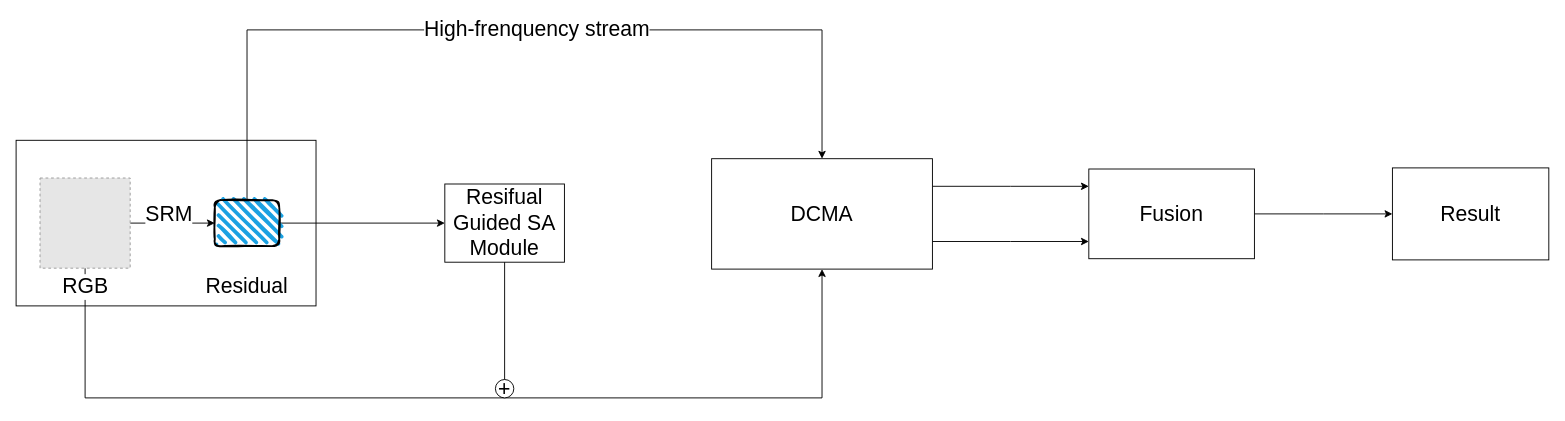
Above: forgery.drawio in epc314/hello-world (draw.io), before the change. Source tidied: cells renumbered, new cells numbered last; positions are measured from the earlier drawing's top-left corner, leaving out a move shared by most shapes. Both pictures are drawn from the tidied source at 92%, with x=0, y=0 at pixel (16, 29). Pictures stored in the file or linked from it are replaced by grey dashed boxes.
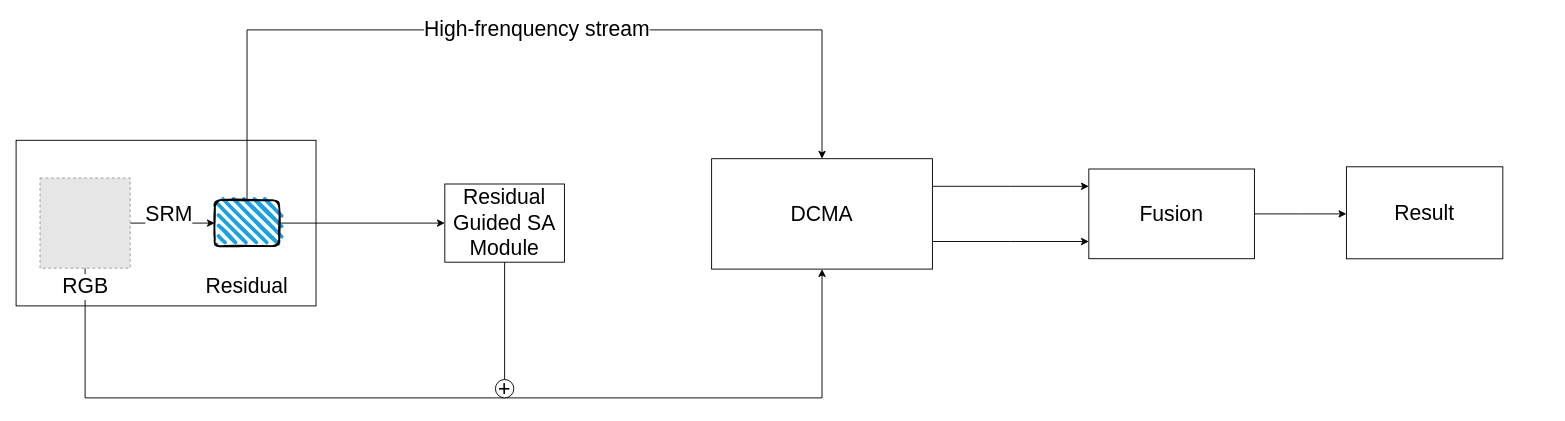
Above is the later version.

Unchanged cells that the change refers to:
```xml
<mxCell id="18" value="Fusion" style="rounded=0;whiteSpace=wrap;html=1;fontSize=23;" parent="1" vertex="1">
  <mxGeometry x="1166" y="151.2" width="180" height="97.5" as="geometry" />
</mxCell>
```

Diff of the diagram source:
```diff
@@
-    <mxCell id="11" value="Resifual Guided SA Module" style="rounded=0;whiteSpace=wrap;html=1;fontSize=23;" parent="1" vertex="1">
+    <mxCell id="11" value="Residual Guided SA Module" style="rounded=0;whiteSpace=wrap;html=1;fontSize=23;" parent="1" vertex="1">
       <mxGeometry x="466" y="167.5" width="130" height="85" as="geometry" />
     </mxCell>
@@
     <mxCell id="17" style="edgeStyle=orthogonalEdgeStyle;rounded=0;jettySize=auto;html=1;fontSize=23;" parent="1" edge="1" source="18">
       <mxGeometry relative="1" as="geometry">
-        <mxPoint x="1496" y="200" as="targetPoint" />
+        <mxPoint x="1446" y="200" as="targetPoint" />
       </mxGeometry>
     </mxCell>
@@
     <mxCell id="19" value="Result" style="rounded=0;whiteSpace=wrap;html=1;fontSize=23;" parent="1" vertex="1">
-      <mxGeometry x="1496" y="150" width="170" height="100" as="geometry" />
+      <mxGeometry x="1446" y="148.8" width="170" height="100" as="geometry" />
     </mxCell>
```
